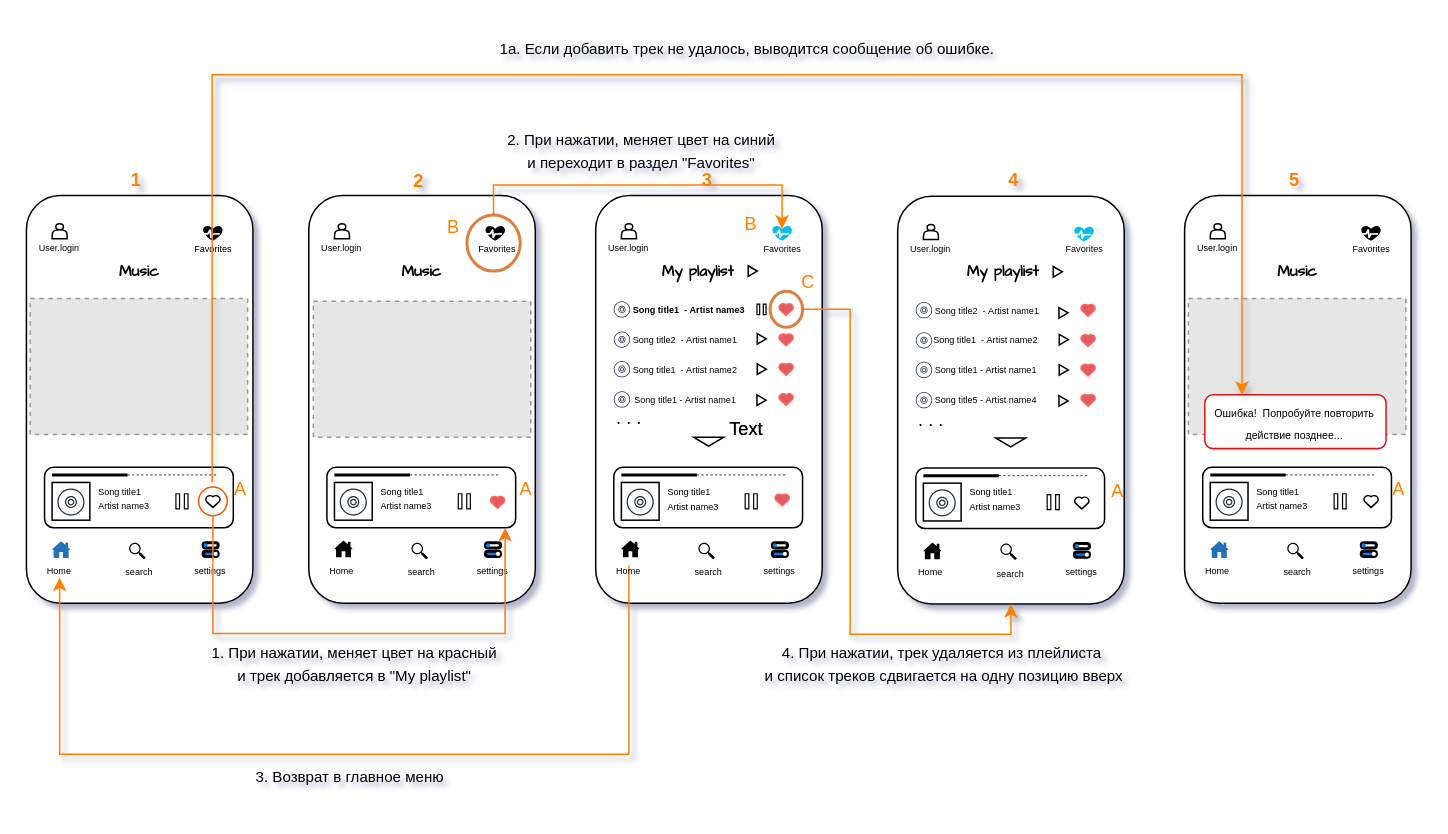
The draw.io diagram Khalmatova_Kristina/Layout/Layout_Khalmatova.drawio in abdullahproff/BSA21_1, before the edit. Source tidied: cells renumbered, new cells numbered last; positions are measured from the earlier drawing's top-left corner, leaving out a move shared by most shapes. Both pictures are drawn from the tidied source at 151%, with x=0, y=0 at pixel (26, 26). Pictures stored in the file or linked from it are replaced by grey dashed boxes.
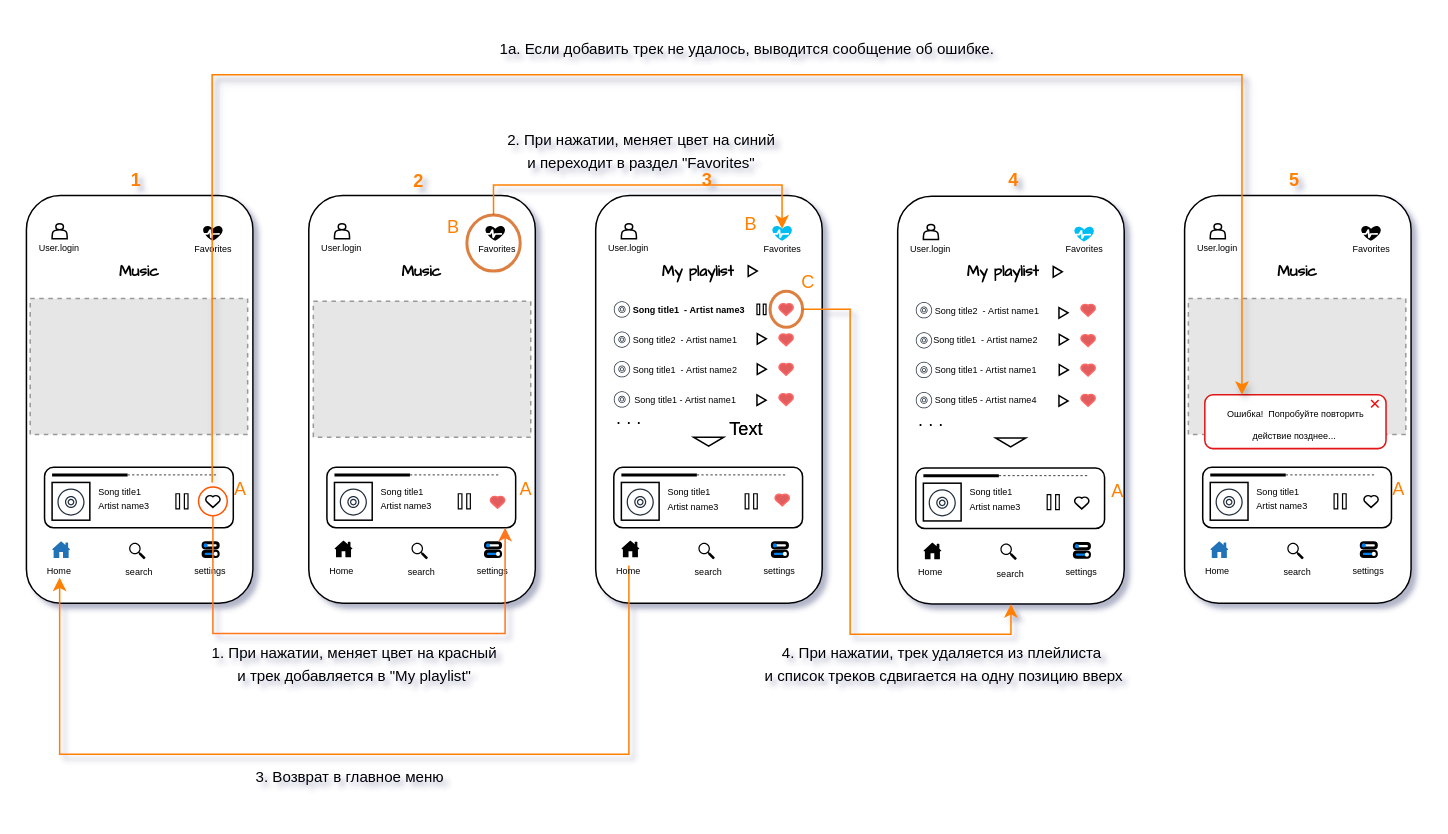
Above is the later version.

The edit, as a diff of the source:
```diff
@@
-    <mxCell id="175" value="&lt;div style=&quot;&quot;&gt;&lt;span style=&quot;background-color: initial;&quot;&gt;&lt;font style=&quot;font-size: 7px;&quot;&gt;Ошибка!&amp;nbsp; Попробуйте повторить действие позднее...&lt;/font&gt;&lt;/span&gt;&lt;/div&gt;" style="rounded=1;whiteSpace=wrap;html=1;align=center;strokeColor=#e11414;" parent="1" vertex="1">
+    <mxCell id="175" value="&lt;div style=&quot;&quot;&gt;&lt;span style=&quot;background-color: initial;&quot;&gt;&lt;font style=&quot;font-size: 6px;&quot;&gt;&amp;nbsp;Ошибка!&amp;nbsp; Попробуйте повторить действие позднее...&lt;/font&gt;&lt;/span&gt;&lt;/div&gt;" style="rounded=1;whiteSpace=wrap;html=1;align=center;strokeColor=#e11414;" parent="1" vertex="1">
       <mxGeometry x="780.4" y="244" width="120" height="35.6" as="geometry" />
     </mxCell>
@@
+    <mxCell id="177" style="shape=umlDestroy;whiteSpace=wrap;html=1;strokeWidth=1;targetShapes=umlLifeline;strokeColor=#f40b0b;" parent="1" vertex="1">
+      <mxGeometry x="890.5" y="247.4" width="5" height="5" as="geometry" />
+    </mxCell>
```
